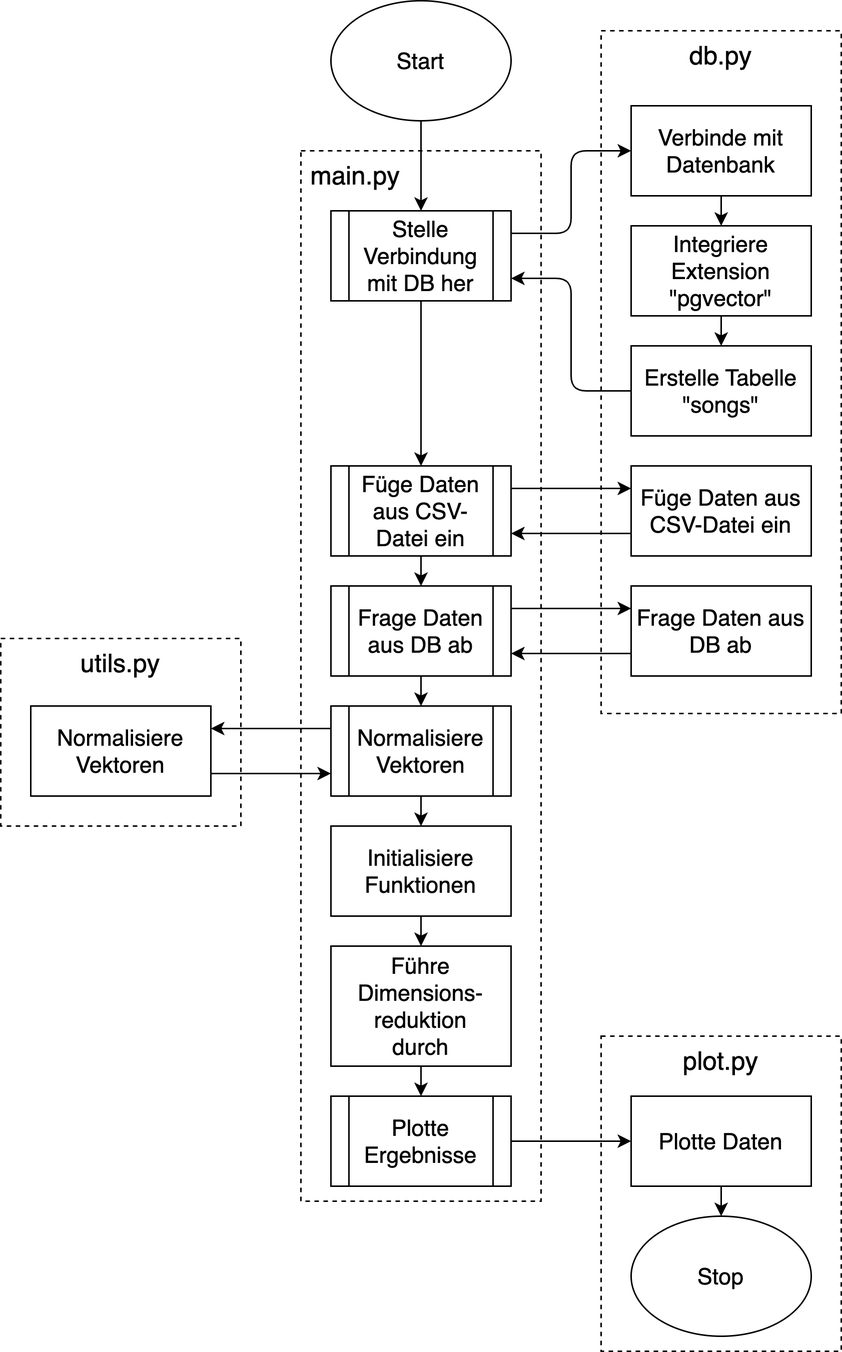
Above: doc/assets/flowchart.drawio.png in GehriJan/music-vector-visualization (draw.io), before the change. Source tidied: cells renumbered, new cells last; positions are measured from the earlier drawing's top-left corner, leaving out a move shared by most shapes. Source of this version:
```xml
<mxGraphModel>
  <root>
    <mxCell id="0" />
    <mxCell id="1" parent="0" />
    <mxCell id="2" value="plot.py" style="rounded=0;whiteSpace=wrap;html=1;fillColor=none;dashed=1;align=center;horizontal=1;verticalAlign=top;fontSize=17;" parent="1" vertex="1">
      <mxGeometry x="400" y="690" width="160" height="210" as="geometry" />
    </mxCell>
    <mxCell id="3" value="db.py" style="rounded=0;whiteSpace=wrap;html=1;fillColor=none;dashed=1;align=center;horizontal=1;verticalAlign=top;fontSize=17;" parent="1" vertex="1">
      <mxGeometry x="400" y="20" width="160" height="455" as="geometry" />
    </mxCell>
    <mxCell id="4" value="utils.py" style="rounded=0;whiteSpace=wrap;html=1;fillColor=none;dashed=1;align=center;horizontal=1;verticalAlign=top;fontSize=17;" parent="1" vertex="1">
      <mxGeometry y="425" width="160" height="125" as="geometry" />
    </mxCell>
    <mxCell id="5" value="&amp;nbsp;main.py" style="rounded=0;whiteSpace=wrap;html=1;fillColor=none;dashed=1;align=left;horizontal=1;verticalAlign=top;fontSize=17;" parent="1" vertex="1">
      <mxGeometry x="200" y="100" width="160" height="700" as="geometry" />
    </mxCell>
    <mxCell id="6" style="edgeStyle=none;html=1;exitX=0.5;exitY=1;exitDx=0;exitDy=0;entryX=0.5;entryY=0;entryDx=0;entryDy=0;" parent="1" edge="1" source="7" target="10">
      <mxGeometry relative="1" as="geometry" />
    </mxCell>
    <mxCell id="7" value="Start" style="ellipse;whiteSpace=wrap;html=1;fontSize=15;" parent="1" vertex="1">
      <mxGeometry x="220" width="120" height="80" as="geometry" />
    </mxCell>
    <mxCell id="8" style="edgeStyle=orthogonalEdgeStyle;html=1;exitX=1;exitY=0.25;exitDx=0;exitDy=0;entryX=0;entryY=0.5;entryDx=0;entryDy=0;" parent="1" edge="1" source="10" target="12">
      <mxGeometry relative="1" as="geometry" />
    </mxCell>
    <mxCell id="9" style="edgeStyle=orthogonalEdgeStyle;html=1;exitX=0.5;exitY=1;exitDx=0;exitDy=0;entryX=0.5;entryY=0;entryDx=0;entryDy=0;" parent="1" edge="1" source="10" target="19">
      <mxGeometry relative="1" as="geometry" />
    </mxCell>
    <mxCell id="10" value="Stelle Verbindung mit DB her" style="shape=process;whiteSpace=wrap;html=1;backgroundOutline=1;fontSize=15;" parent="1" vertex="1">
      <mxGeometry x="220" y="140" width="120" height="60" as="geometry" />
    </mxCell>
    <mxCell id="11" style="edgeStyle=orthogonalEdgeStyle;html=1;exitX=0.5;exitY=1;exitDx=0;exitDy=0;entryX=0.5;entryY=0;entryDx=0;entryDy=0;" parent="1" edge="1" source="12" target="14">
      <mxGeometry relative="1" as="geometry" />
    </mxCell>
    <mxCell id="12" value="Verbinde mit Datenbank" style="rounded=0;whiteSpace=wrap;html=1;fontSize=15;" parent="1" vertex="1">
      <mxGeometry x="420" y="70" width="120" height="60" as="geometry" />
    </mxCell>
    <mxCell id="13" style="edgeStyle=orthogonalEdgeStyle;html=1;exitX=0.5;exitY=1;exitDx=0;exitDy=0;entryX=0.5;entryY=0;entryDx=0;entryDy=0;" parent="1" edge="1" source="14" target="16">
      <mxGeometry relative="1" as="geometry" />
    </mxCell>
    <mxCell id="14" value="Integriere Extension &quot;pgvector&quot;" style="rounded=0;whiteSpace=wrap;html=1;fontSize=15;" parent="1" vertex="1">
      <mxGeometry x="420" y="150" width="120" height="60" as="geometry" />
    </mxCell>
    <mxCell id="15" style="edgeStyle=orthogonalEdgeStyle;html=1;exitX=0;exitY=0.5;exitDx=0;exitDy=0;entryX=1;entryY=0.75;entryDx=0;entryDy=0;" parent="1" edge="1" source="16" target="10">
      <mxGeometry relative="1" as="geometry" />
    </mxCell>
    <mxCell id="16" value="Erstelle Tabelle &quot;songs&quot;" style="rounded=0;whiteSpace=wrap;html=1;fontSize=15;" parent="1" vertex="1">
      <mxGeometry x="420" y="230" width="120" height="60" as="geometry" />
    </mxCell>
    <mxCell id="17" style="edgeStyle=orthogonalEdgeStyle;html=1;exitX=1;exitY=0.25;exitDx=0;exitDy=0;entryX=0;entryY=0.25;entryDx=0;entryDy=0;" parent="1" edge="1" source="19" target="21">
      <mxGeometry relative="1" as="geometry" />
    </mxCell>
    <mxCell id="18" style="edgeStyle=orthogonalEdgeStyle;html=1;exitX=0.5;exitY=1;exitDx=0;exitDy=0;entryX=0.5;entryY=0;entryDx=0;entryDy=0;" parent="1" edge="1" source="19" target="24">
      <mxGeometry relative="1" as="geometry" />
    </mxCell>
    <mxCell id="19" value="Füge Daten aus CSV-Datei ein" style="shape=process;whiteSpace=wrap;html=1;backgroundOutline=1;fontSize=15;" parent="1" vertex="1">
      <mxGeometry x="220" y="310" width="120" height="60" as="geometry" />
    </mxCell>
    <mxCell id="20" style="edgeStyle=orthogonalEdgeStyle;html=1;exitX=0;exitY=0.75;exitDx=0;exitDy=0;entryX=1;entryY=0.75;entryDx=0;entryDy=0;" parent="1" edge="1" source="21" target="19">
      <mxGeometry relative="1" as="geometry" />
    </mxCell>
    <mxCell id="21" value="Füge Daten aus&lt;br style=&quot;font-size: 15px;&quot;&gt;CSV-Datei ein" style="rounded=0;whiteSpace=wrap;html=1;fontSize=15;" parent="1" vertex="1">
      <mxGeometry x="420" y="310" width="120" height="60" as="geometry" />
    </mxCell>
    <mxCell id="22" style="edgeStyle=orthogonalEdgeStyle;html=1;exitX=1;exitY=0.25;exitDx=0;exitDy=0;entryX=0;entryY=0.25;entryDx=0;entryDy=0;" parent="1" edge="1" source="24" target="26">
      <mxGeometry relative="1" as="geometry" />
    </mxCell>
    <mxCell id="23" style="edgeStyle=orthogonalEdgeStyle;html=1;exitX=0.5;exitY=1;exitDx=0;exitDy=0;entryX=0.5;entryY=0;entryDx=0;entryDy=0;" parent="1" edge="1" source="24" target="31">
      <mxGeometry relative="1" as="geometry" />
    </mxCell>
    <mxCell id="24" value="Frage Daten aus DB ab" style="shape=process;whiteSpace=wrap;html=1;backgroundOutline=1;fontSize=15;" parent="1" vertex="1">
      <mxGeometry x="220" y="390" width="120" height="60" as="geometry" />
    </mxCell>
    <mxCell id="25" style="edgeStyle=orthogonalEdgeStyle;html=1;exitX=0;exitY=0.75;exitDx=0;exitDy=0;entryX=1;entryY=0.75;entryDx=0;entryDy=0;" parent="1" edge="1" source="26" target="24">
      <mxGeometry relative="1" as="geometry" />
    </mxCell>
    <mxCell id="26" value="Frage Daten aus DB ab" style="rounded=0;whiteSpace=wrap;html=1;fontSize=15;" parent="1" vertex="1">
      <mxGeometry x="420" y="390" width="120" height="60" as="geometry" />
    </mxCell>
    <mxCell id="27" style="edgeStyle=orthogonalEdgeStyle;html=1;exitX=0.5;exitY=1;exitDx=0;exitDy=0;entryX=0.5;entryY=0;entryDx=0;entryDy=0;" parent="1" edge="1" source="28" target="36">
      <mxGeometry relative="1" as="geometry" />
    </mxCell>
    <mxCell id="28" value="Initialisiere Funktionen" style="rounded=0;whiteSpace=wrap;html=1;fontSize=15;" parent="1" vertex="1">
      <mxGeometry x="220" y="550" width="120" height="60" as="geometry" />
    </mxCell>
    <mxCell id="29" style="edgeStyle=orthogonalEdgeStyle;html=1;exitX=0.5;exitY=1;exitDx=0;exitDy=0;entryX=0.5;entryY=0;entryDx=0;entryDy=0;" parent="1" edge="1" source="31" target="28">
      <mxGeometry relative="1" as="geometry" />
    </mxCell>
    <mxCell id="30" style="edgeStyle=orthogonalEdgeStyle;html=1;exitX=0;exitY=0.25;exitDx=0;exitDy=0;entryX=1;entryY=0.25;entryDx=0;entryDy=0;" parent="1" edge="1" source="31" target="33">
      <mxGeometry relative="1" as="geometry" />
    </mxCell>
    <mxCell id="31" value="Normalisiere Vektoren" style="shape=process;whiteSpace=wrap;html=1;backgroundOutline=1;fontSize=15;" parent="1" vertex="1">
      <mxGeometry x="220" y="470" width="120" height="60" as="geometry" />
    </mxCell>
    <mxCell id="32" style="edgeStyle=orthogonalEdgeStyle;html=1;exitX=1;exitY=0.75;exitDx=0;exitDy=0;entryX=0;entryY=0.75;entryDx=0;entryDy=0;" parent="1" edge="1" source="33" target="31">
      <mxGeometry relative="1" as="geometry" />
    </mxCell>
    <mxCell id="33" value="Normalisiere Vektoren" style="rounded=0;whiteSpace=wrap;html=1;fontSize=15;" parent="1" vertex="1">
      <mxGeometry x="20" y="470" width="120" height="60" as="geometry" />
    </mxCell>
    <mxCell id="34" style="edgeStyle=orthogonalEdgeStyle;html=1;exitX=0.5;exitY=1;exitDx=0;exitDy=0;entryX=0.5;entryY=0;entryDx=0;entryDy=0;" parent="1" edge="1" target="38">
      <mxGeometry relative="1" as="geometry">
        <mxPoint x="280" y="730" as="sourcePoint" />
      </mxGeometry>
    </mxCell>
    <mxCell id="35" style="edgeStyle=none;html=1;exitX=0.5;exitY=1;exitDx=0;exitDy=0;entryX=0.5;entryY=0;entryDx=0;entryDy=0;fontSize=15;" parent="1" edge="1" source="36" target="38">
      <mxGeometry relative="1" as="geometry" />
    </mxCell>
    <mxCell id="36" value="Führe Dimensions-reduktion&lt;br style=&quot;font-size: 15px;&quot;&gt;durch" style="rounded=0;whiteSpace=wrap;html=1;fontSize=15;" parent="1" vertex="1">
      <mxGeometry x="220" y="630" width="120" height="80" as="geometry" />
    </mxCell>
    <mxCell id="37" style="edgeStyle=orthogonalEdgeStyle;html=1;exitX=1;exitY=0.5;exitDx=0;exitDy=0;entryX=0;entryY=0.5;entryDx=0;entryDy=0;" parent="1" edge="1" source="38" target="40">
      <mxGeometry relative="1" as="geometry" />
    </mxCell>
    <mxCell id="38" value="Plotte Ergebnisse" style="shape=process;whiteSpace=wrap;html=1;backgroundOutline=1;fontSize=15;" parent="1" vertex="1">
      <mxGeometry x="220" y="730" width="120" height="60" as="geometry" />
    </mxCell>
    <mxCell id="39" style="edgeStyle=orthogonalEdgeStyle;html=1;exitX=0.5;exitY=1;exitDx=0;exitDy=0;entryX=0.5;entryY=0;entryDx=0;entryDy=0;" parent="1" edge="1" source="40" target="41">
      <mxGeometry relative="1" as="geometry" />
    </mxCell>
    <mxCell id="40" value="Plotte Daten" style="rounded=0;whiteSpace=wrap;html=1;fontSize=15;" parent="1" vertex="1">
      <mxGeometry x="420" y="730" width="120" height="60" as="geometry" />
    </mxCell>
    <mxCell id="41" value="Stop" style="ellipse;whiteSpace=wrap;html=1;fontSize=15;" parent="1" vertex="1">
      <mxGeometry x="420" y="810" width="120" height="80" as="geometry" />
    </mxCell>
  </root>
</mxGraphModel>
```
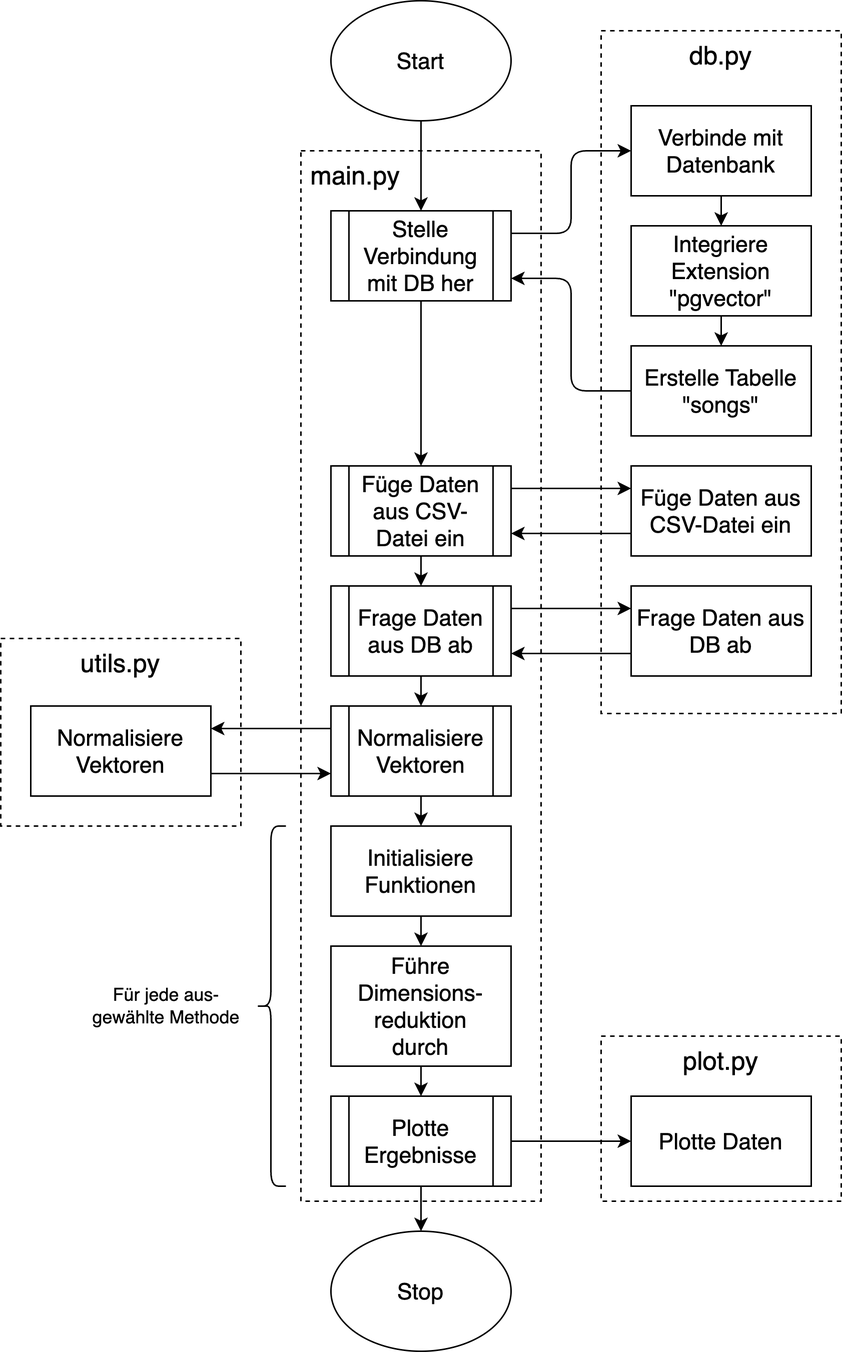
The same file after the commit.

The edit, as a diff of the source:
```diff
@@ -3,7 +3,7 @@
     <mxCell id="0" />
     <mxCell id="1" parent="0" />
     <mxCell id="2" value="plot.py" style="rounded=0;whiteSpace=wrap;html=1;fillColor=none;dashed=1;align=center;horizontal=1;verticalAlign=top;fontSize=17;" parent="1" vertex="1">
-      <mxGeometry x="400" y="690" width="160" height="210" as="geometry" />
+      <mxGeometry x="400" y="690" width="160" height="110" as="geometry" />
     </mxCell>
     <mxCell id="3" value="db.py" style="rounded=0;whiteSpace=wrap;html=1;fillColor=none;dashed=1;align=center;horizontal=1;verticalAlign=top;fontSize=17;" parent="1" vertex="1">
       <mxGeometry x="400" y="20" width="160" height="455" as="geometry" />
@@ -112,17 +112,23 @@
     <mxCell id="37" style="edgeStyle=orthogonalEdgeStyle;html=1;exitX=1;exitY=0.5;exitDx=0;exitDy=0;entryX=0;entryY=0.5;entryDx=0;entryDy=0;" parent="1" edge="1" source="38" target="40">
       <mxGeometry relative="1" as="geometry" />
     </mxCell>
+    <mxCell id="42" style="edgeStyle=none;html=1;exitX=0.5;exitY=1;exitDx=0;exitDy=0;entryX=0.5;entryY=0;entryDx=0;entryDy=0;" parent="1" edge="1" source="38" target="41">
+      <mxGeometry relative="1" as="geometry" />
+    </mxCell>
     <mxCell id="38" value="Plotte Ergebnisse" style="shape=process;whiteSpace=wrap;html=1;backgroundOutline=1;fontSize=15;" parent="1" vertex="1">
       <mxGeometry x="220" y="730" width="120" height="60" as="geometry" />
     </mxCell>
-    <mxCell id="39" style="edgeStyle=orthogonalEdgeStyle;html=1;exitX=0.5;exitY=1;exitDx=0;exitDy=0;entryX=0.5;entryY=0;entryDx=0;entryDy=0;" parent="1" edge="1" source="40" target="41">
-      <mxGeometry relative="1" as="geometry" />
-    </mxCell>
     <mxCell id="40" value="Plotte Daten" style="rounded=0;whiteSpace=wrap;html=1;fontSize=15;" parent="1" vertex="1">
       <mxGeometry x="420" y="730" width="120" height="60" as="geometry" />
     </mxCell>
     <mxCell id="41" value="Stop" style="ellipse;whiteSpace=wrap;html=1;fontSize=15;" parent="1" vertex="1">
-      <mxGeometry x="420" y="810" width="120" height="80" as="geometry" />
+      <mxGeometry x="220" y="820" width="120" height="80" as="geometry" />
     </mxCell>
+    <mxCell id="43" style="shape=curlyBracket;whiteSpace=wrap;html=1;rounded=1;labelPosition=left;verticalLabelPosition=middle;align=right;verticalAlign=middle;" parent="1" vertex="1">
+      <mxGeometry x="170" y="550" width="20" height="240" as="geometry" />
+    </mxCell>
+    <mxCell id="44" value="Für jede aus-&lt;br&gt;gewählte Methode" style="text;html=1;align=center;verticalAlign=middle;strokeColor=none;fillColor=none;" parent="1" vertex="1">
+      <mxGeometry x="50" y="650" width="120" height="40" as="geometry" />
+    </mxCell>
   </root>
 </mxGraphModel>
```
